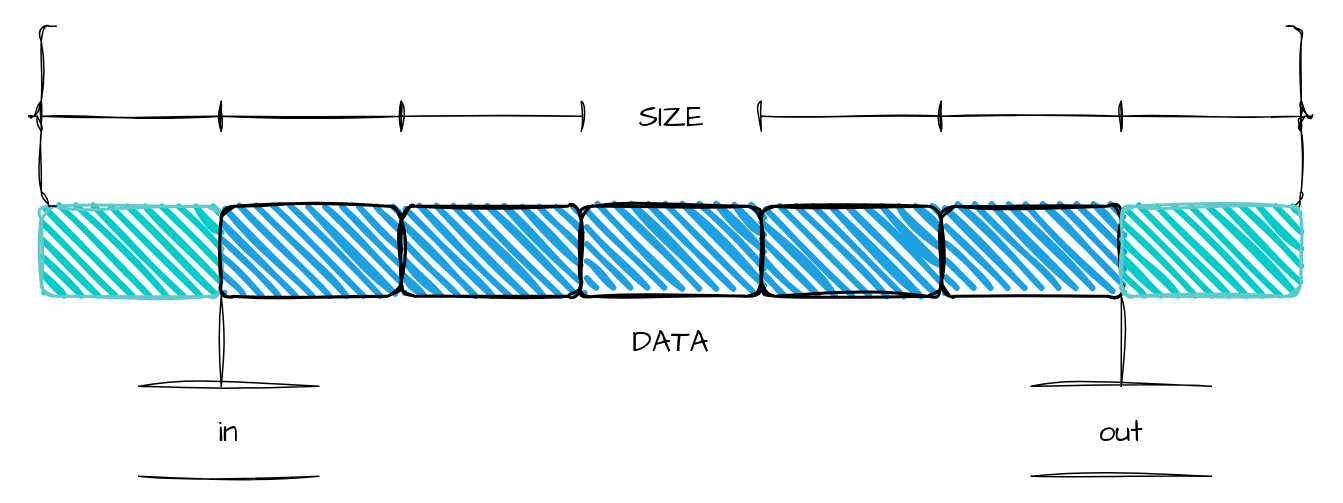
This is resource/new/kfifo.drawio from zuochunwei/hpc, a draw.io file, before an edit. Source tidied: cells renumbered, new cells numbered last; positions are measured from the earlier drawing's top-left corner, leaving out a move shared by most shapes. Both pictures are drawn from the tidied source at 150%, with x=0, y=0 at pixel (26, 26).
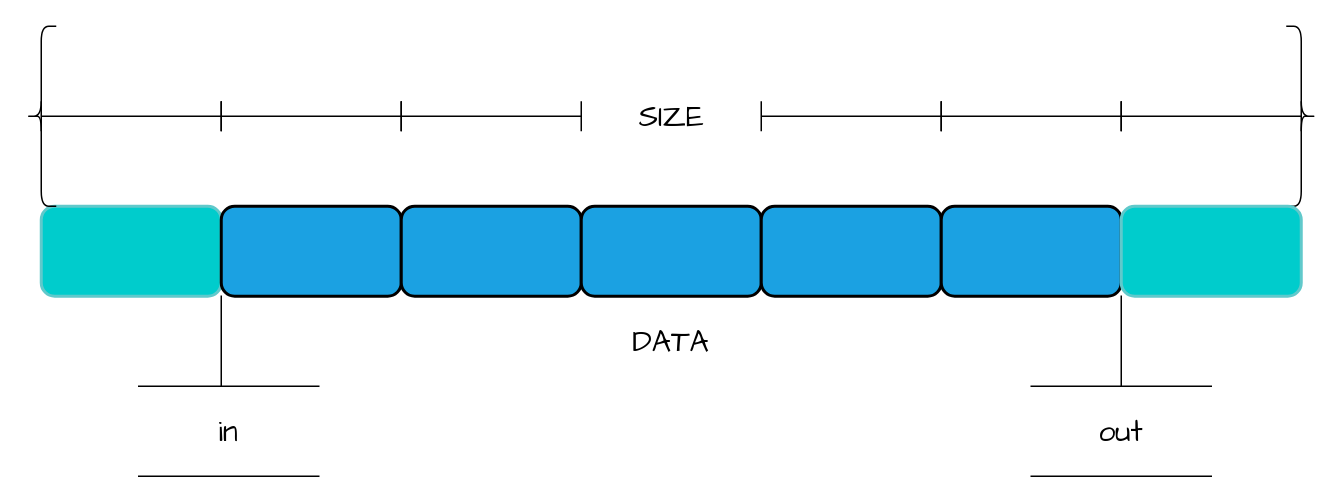
The same diagram, later.

Diff of the diagram source:
```diff
@@
-    <mxCell id="2" value="in" style="shape=partialRectangle;whiteSpace=wrap;html=1;left=0;right=0;fillColor=none;sketch=1;hachureGap=4;jiggle=2;curveFitting=1;fontFamily=Architects Daughter;fontSize=20;" parent="1" vertex="1">
+    <mxCell id="2" value="in" style="shape=partialRectangle;whiteSpace=wrap;html=1;left=0;right=0;fillColor=none;hachureGap=4;jiggle=2;curveFitting=1;fontFamily=Architects Daughter;fontSize=20;rounded=1;" parent="1" vertex="1">
       <mxGeometry x="75" y="240" width="120" height="60" as="geometry" />
     </mxCell>
-    <mxCell id="3" style="shape=crossbar;whiteSpace=wrap;html=1;rounded=1;sketch=1;hachureGap=4;jiggle=2;curveFitting=1;fontFamily=Architects Daughter;fontSize=20;" parent="1" vertex="1">
+    <mxCell id="3" style="shape=crossbar;whiteSpace=wrap;html=1;rounded=1;hachureGap=4;jiggle=2;curveFitting=1;fontFamily=Architects Daughter;fontSize=20;" parent="1" vertex="1">
       <mxGeometry x="10" y="50" width="120" height="20" as="geometry" />
     </mxCell>
-    <mxCell id="4" style="shape=crossbar;whiteSpace=wrap;html=1;rounded=1;sketch=1;hachureGap=4;jiggle=2;curveFitting=1;fontFamily=Architects Daughter;fontSize=20;" parent="1" vertex="1">
+    <mxCell id="4" style="shape=crossbar;whiteSpace=wrap;html=1;rounded=1;hachureGap=4;jiggle=2;curveFitting=1;fontFamily=Architects Daughter;fontSize=20;" parent="1" vertex="1">
       <mxGeometry x="130" y="50" width="120" height="20" as="geometry" />
     </mxCell>
-    <mxCell id="5" style="shape=crossbar;whiteSpace=wrap;html=1;rounded=1;sketch=1;hachureGap=4;jiggle=2;curveFitting=1;fontFamily=Architects Daughter;fontSize=20;" parent="1" vertex="1">
+    <mxCell id="5" style="shape=crossbar;whiteSpace=wrap;html=1;rounded=1;hachureGap=4;jiggle=2;curveFitting=1;fontFamily=Architects Daughter;fontSize=20;" parent="1" vertex="1">
       <mxGeometry x="490" y="50" width="120" height="20" as="geometry" />
     </mxCell>
-    <mxCell id="6" style="rounded=1;whiteSpace=wrap;html=1;strokeWidth=2;fillWeight=4;hachureGap=8;hachureAngle=45;fillColor=#00CCCC;sketch=1;jiggle=2;curveFitting=1;fontFamily=Architects Daughter;fontSize=20;strokeColor=#60c9cb;" parent="1" vertex="1">
+    <mxCell id="6" style="rounded=1;whiteSpace=wrap;html=1;strokeWidth=2;fillWeight=4;hachureGap=8;hachureAngle=45;fillColor=#00CCCC;jiggle=2;curveFitting=1;fontFamily=Architects Daughter;fontSize=20;strokeColor=#60c9cb;" parent="1" vertex="1">
       <mxGeometry x="10" y="120" width="120" height="60" as="geometry" />
     </mxCell>
-    <mxCell id="7" style="rounded=1;whiteSpace=wrap;html=1;strokeWidth=2;fillWeight=4;hachureGap=8;hachureAngle=45;fillColor=#1ba1e2;sketch=1;jiggle=2;curveFitting=1;fontFamily=Architects Daughter;fontSize=20;" parent="1" vertex="1">
+    <mxCell id="7" style="rounded=1;whiteSpace=wrap;html=1;strokeWidth=2;fillWeight=4;hachureGap=8;hachureAngle=45;fillColor=#1ba1e2;jiggle=2;curveFitting=1;fontFamily=Architects Daughter;fontSize=20;" parent="1" vertex="1">
       <mxGeometry x="130" y="120" width="120" height="60" as="geometry" />
     </mxCell>
-    <mxCell id="8" style="rounded=1;whiteSpace=wrap;html=1;strokeWidth=2;fillWeight=4;hachureGap=8;hachureAngle=45;fillColor=#1ba1e2;sketch=1;jiggle=2;curveFitting=1;fontFamily=Architects Daughter;fontSize=20;" parent="1" vertex="1">
+    <mxCell id="8" style="rounded=1;whiteSpace=wrap;html=1;strokeWidth=2;fillWeight=4;hachureGap=8;hachureAngle=45;fillColor=#1ba1e2;jiggle=2;curveFitting=1;fontFamily=Architects Daughter;fontSize=20;" parent="1" vertex="1">
       <mxGeometry x="250" y="120" width="120" height="60" as="geometry" />
     </mxCell>
-    <mxCell id="9" style="rounded=1;whiteSpace=wrap;html=1;strokeWidth=2;fillWeight=4;hachureGap=8;hachureAngle=45;fillColor=#1ba1e2;sketch=1;jiggle=2;curveFitting=1;fontFamily=Architects Daughter;fontSize=20;" parent="1" vertex="1">
+    <mxCell id="9" style="rounded=1;whiteSpace=wrap;html=1;strokeWidth=2;fillWeight=4;hachureGap=8;hachureAngle=45;fillColor=#1ba1e2;jiggle=2;curveFitting=1;fontFamily=Architects Daughter;fontSize=20;" parent="1" vertex="1">
       <mxGeometry x="370" y="120" width="120" height="60" as="geometry" />
     </mxCell>
-    <mxCell id="10" style="rounded=1;whiteSpace=wrap;html=1;strokeWidth=2;fillWeight=4;hachureGap=8;hachureAngle=45;fillColor=#1ba1e2;sketch=1;jiggle=2;curveFitting=1;fontFamily=Architects Daughter;fontSize=20;" parent="1" vertex="1">
+    <mxCell id="10" style="rounded=1;whiteSpace=wrap;html=1;strokeWidth=2;fillWeight=4;hachureGap=8;hachureAngle=45;fillColor=#1ba1e2;jiggle=2;curveFitting=1;fontFamily=Architects Daughter;fontSize=20;" parent="1" vertex="1">
       <mxGeometry x="490" y="120" width="120" height="60" as="geometry" />
     </mxCell>
-    <mxCell id="11" style="rounded=1;whiteSpace=wrap;html=1;strokeWidth=2;fillWeight=4;hachureGap=8;hachureAngle=45;fillColor=#1ba1e2;sketch=1;jiggle=2;curveFitting=1;fontFamily=Architects Daughter;fontSize=20;" parent="1" vertex="1">
+    <mxCell id="11" style="rounded=1;whiteSpace=wrap;html=1;strokeWidth=2;fillWeight=4;hachureGap=8;hachureAngle=45;fillColor=#1ba1e2;jiggle=2;curveFitting=1;fontFamily=Architects Daughter;fontSize=20;" parent="1" vertex="1">
       <mxGeometry x="610" y="120" width="120" height="60" as="geometry" />
     </mxCell>
-    <mxCell id="12" style="shape=crossbar;whiteSpace=wrap;html=1;rounded=1;sketch=1;hachureGap=4;jiggle=2;curveFitting=1;fontFamily=Architects Daughter;fontSize=20;" parent="1" vertex="1">
+    <mxCell id="12" style="shape=crossbar;whiteSpace=wrap;html=1;rounded=1;hachureGap=4;jiggle=2;curveFitting=1;fontFamily=Architects Daughter;fontSize=20;" parent="1" vertex="1">
       <mxGeometry x="610" y="50" width="120" height="20" as="geometry" />
     </mxCell>
-    <mxCell id="13" style="shape=curlyBracket;whiteSpace=wrap;html=1;rounded=1;labelPosition=left;verticalLabelPosition=middle;align=right;verticalAlign=middle;sketch=1;hachureGap=4;jiggle=2;curveFitting=1;fontFamily=Architects Daughter;fontSize=20;" parent="1" vertex="1">
+    <mxCell id="13" style="shape=curlyBracket;whiteSpace=wrap;html=1;rounded=1;labelPosition=left;verticalLabelPosition=middle;align=right;verticalAlign=middle;hachureGap=4;jiggle=2;curveFitting=1;fontFamily=Architects Daughter;fontSize=20;" parent="1" vertex="1">
       <mxGeometry width="20" height="120" as="geometry" />
     </mxCell>
-    <mxCell id="14" style="shape=curlyBracket;whiteSpace=wrap;html=1;rounded=1;flipH=1;labelPosition=right;verticalLabelPosition=middle;align=left;verticalAlign=middle;sketch=1;hachureGap=4;jiggle=2;curveFitting=1;fontFamily=Architects Daughter;fontSize=20;" parent="1" vertex="1">
+    <mxCell id="14" style="shape=curlyBracket;whiteSpace=wrap;html=1;rounded=1;flipH=1;labelPosition=right;verticalLabelPosition=middle;align=left;verticalAlign=middle;hachureGap=4;jiggle=2;curveFitting=1;fontFamily=Architects Daughter;fontSize=20;" parent="1" vertex="1">
       <mxGeometry x="840" width="20" height="120" as="geometry" />
     </mxCell>
-    <mxCell id="15" style="rounded=1;whiteSpace=wrap;html=1;strokeWidth=2;fillWeight=4;hachureGap=8;hachureAngle=45;fillColor=#00CCCC;sketch=1;jiggle=2;curveFitting=1;fontFamily=Architects Daughter;fontSize=20;strokeColor=#60C9CB;" parent="1" vertex="1">
+    <mxCell id="15" style="rounded=1;whiteSpace=wrap;html=1;strokeWidth=2;fillWeight=4;hachureGap=8;hachureAngle=45;fillColor=#00CCCC;jiggle=2;curveFitting=1;fontFamily=Architects Daughter;fontSize=20;strokeColor=#60C9CB;" parent="1" vertex="1">
       <mxGeometry x="730" y="120" width="120" height="60" as="geometry" />
     </mxCell>
-    <mxCell id="16" style="shape=crossbar;whiteSpace=wrap;html=1;rounded=1;sketch=1;hachureGap=4;jiggle=2;curveFitting=1;fontFamily=Architects Daughter;fontSize=20;" parent="1" vertex="1">
+    <mxCell id="16" style="shape=crossbar;whiteSpace=wrap;html=1;rounded=1;hachureGap=4;jiggle=2;curveFitting=1;fontFamily=Architects Daughter;fontSize=20;" parent="1" vertex="1">
       <mxGeometry x="730" y="50" width="120" height="20" as="geometry" />
     </mxCell>
-    <mxCell id="17" style="shape=crossbar;whiteSpace=wrap;html=1;rounded=1;sketch=1;hachureGap=4;jiggle=2;curveFitting=1;fontFamily=Architects Daughter;fontSize=20;" parent="1" vertex="1">
+    <mxCell id="17" style="shape=crossbar;whiteSpace=wrap;html=1;rounded=1;hachureGap=4;jiggle=2;curveFitting=1;fontFamily=Architects Daughter;fontSize=20;" parent="1" vertex="1">
       <mxGeometry x="250" y="50" width="120" height="20" as="geometry" />
     </mxCell>
-    <mxCell id="18" value="out" style="shape=partialRectangle;whiteSpace=wrap;html=1;left=0;right=0;fillColor=none;sketch=1;hachureGap=4;jiggle=2;curveFitting=1;fontFamily=Architects Daughter;fontSize=20;" parent="1" vertex="1">
+    <mxCell id="18" value="out" style="shape=partialRectangle;whiteSpace=wrap;html=1;left=0;right=0;fillColor=none;hachureGap=4;jiggle=2;curveFitting=1;fontFamily=Architects Daughter;fontSize=20;rounded=1;" parent="1" vertex="1">
       <mxGeometry x="670" y="240" width="120" height="60" as="geometry" />
     </mxCell>
-    <mxCell id="19" value="SIZE" style="text;html=1;align=center;verticalAlign=middle;strokeColor=none;fillColor=none;fontSize=20;fontFamily=Architects Daughter;" parent="1" vertex="1">
+    <mxCell id="19" value="SIZE" style="text;html=1;align=center;verticalAlign=middle;strokeColor=none;fillColor=none;fontSize=20;fontFamily=Architects Daughter;rounded=1;" parent="1" vertex="1">
       <mxGeometry x="395" y="40" width="70" height="40" as="geometry" />
     </mxCell>
-    <mxCell id="20" value="DATA" style="shape=partialRectangle;whiteSpace=wrap;html=1;bottom=0;top=0;fillColor=none;sketch=1;hachureGap=4;jiggle=2;curveFitting=1;fontFamily=Architects Daughter;fontSize=20;" parent="1" vertex="1">
+    <mxCell id="20" value="DATA" style="shape=partialRectangle;whiteSpace=wrap;html=1;bottom=0;top=0;fillColor=none;hachureGap=4;jiggle=2;curveFitting=1;fontFamily=Architects Daughter;fontSize=20;rounded=1;" parent="1" vertex="1">
       <mxGeometry x="130" y="180" width="600" height="60" as="geometry" />
     </mxCell>
```
